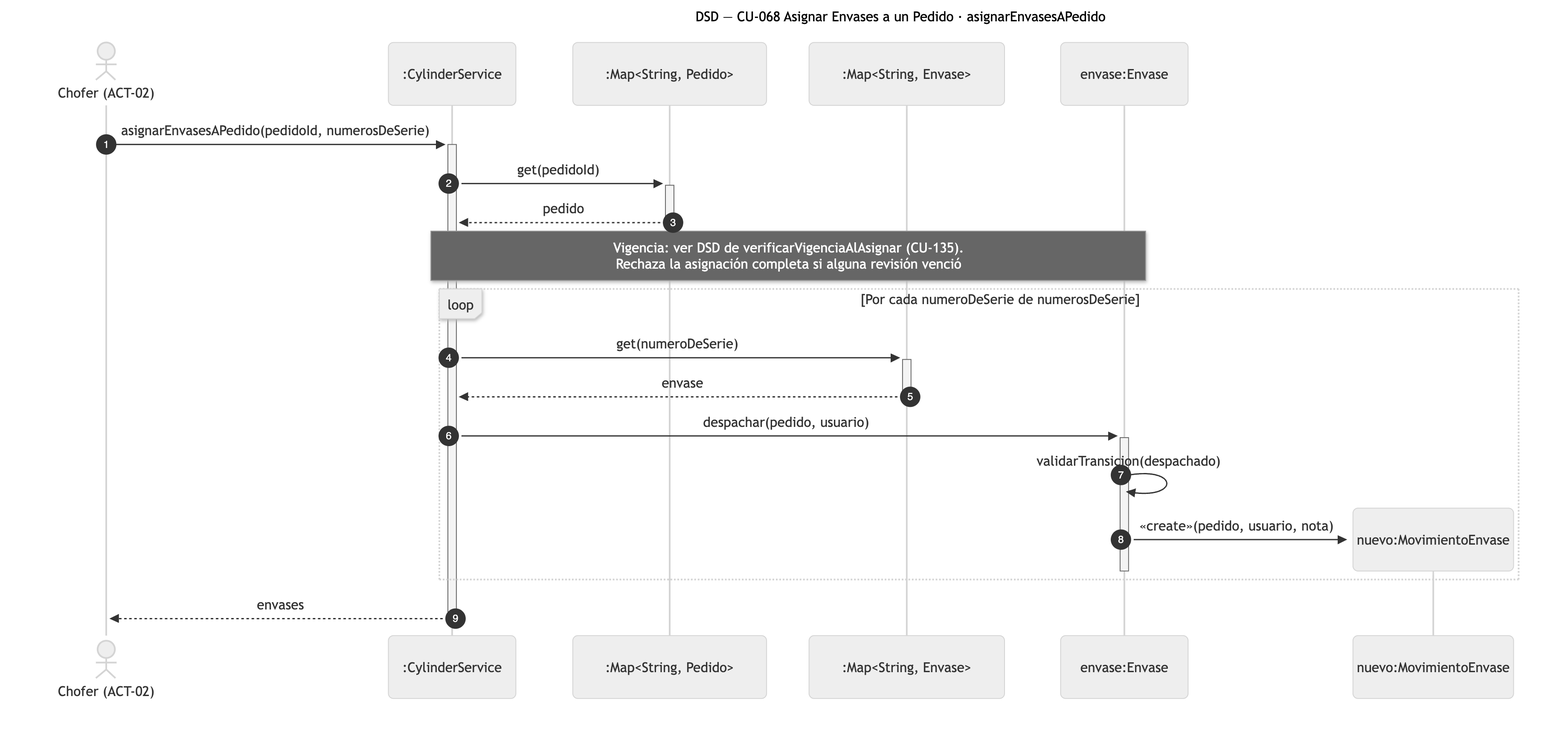
Before: diagramas/png/DSD_CU-068_asignarEnvasesAPedido.png, a diagram exported from Mermaid (Nahuelito-Dev/splg-docs). Its source is kept beside it as diagramas/DSD_CU-068_asignarEnvasesAPedido.mmd.
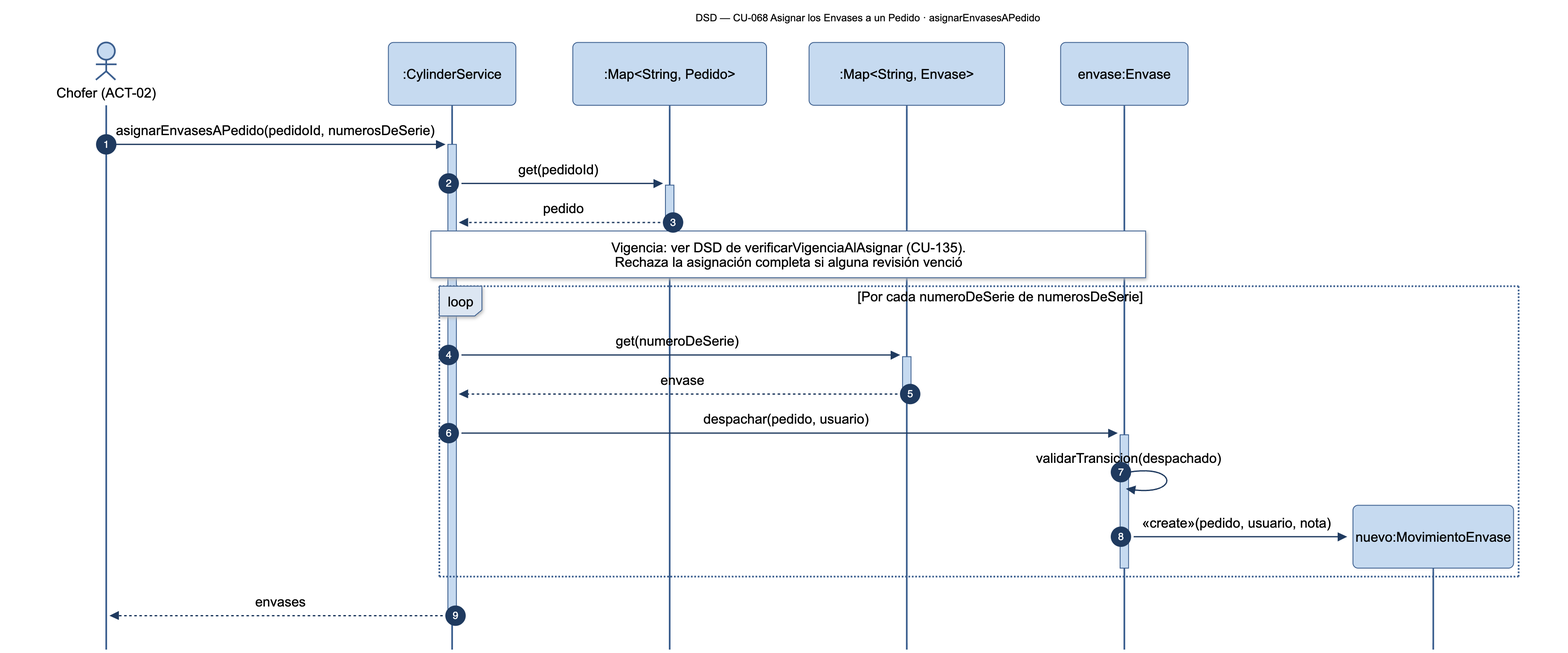
Above is the later version.

Diff of the diagram source:
```diff
@@ -1,5 +1,5 @@
 sequenceDiagram
-    title DSD — CU-068 Asignar Envases a un Pedido · asignarEnvasesAPedido
+    title DSD — CU-068 Asignar los Envases a un Pedido · asignarEnvasesAPedido
     autonumber
     actor CHF as Chofer (ACT-02)
     participant SRV as :CylinderService
```
